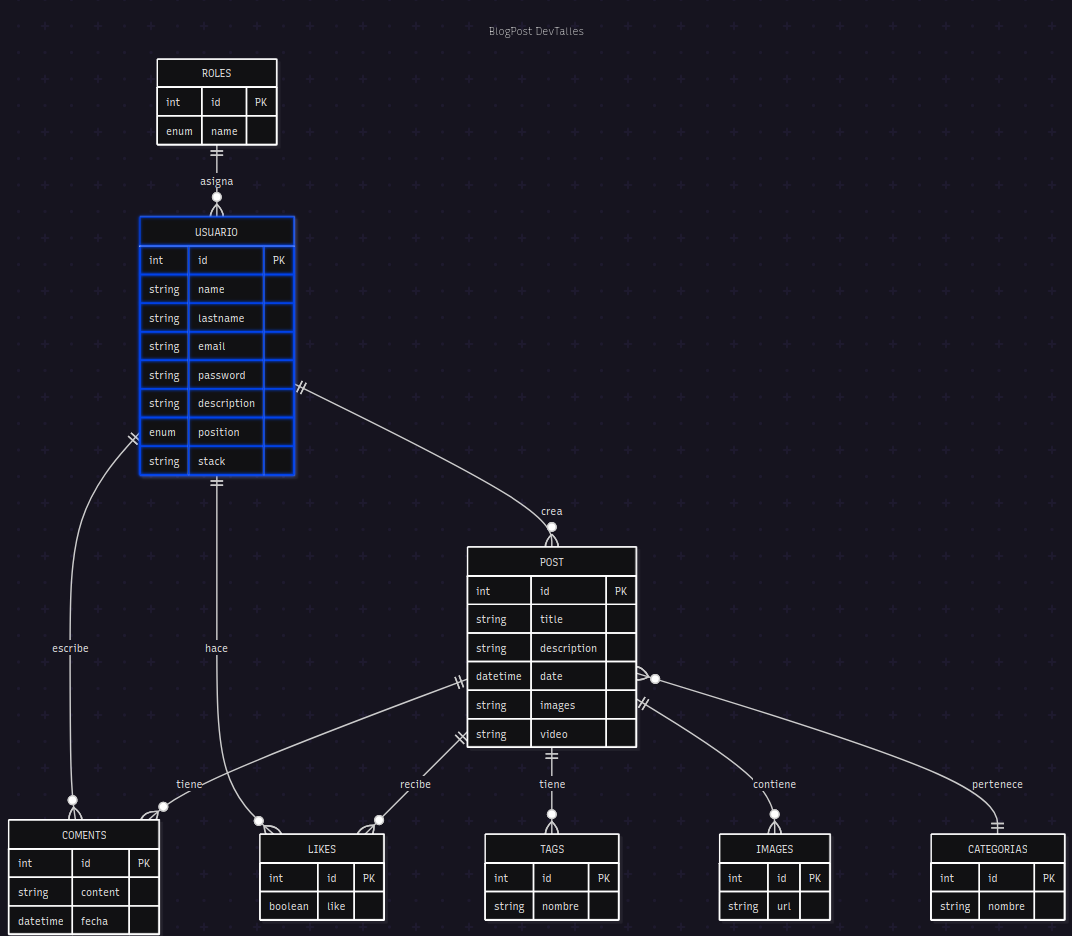
Siddharta314/Devtalles_Blog_Qwerty_Team_Backend keeps this Mermaid diagram as docs/database_schema.png. Above is the earlier version. Its source is kept beside it as docs/database_schema.mmd.
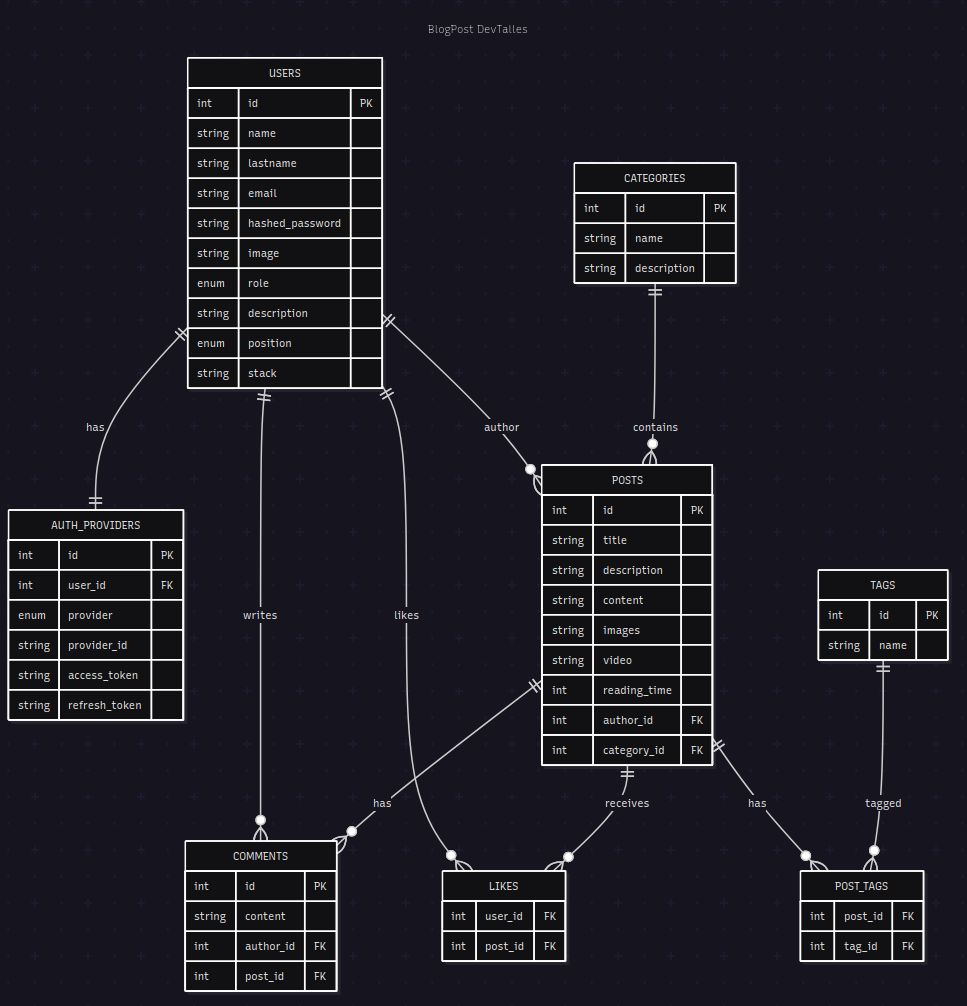
The same file after the commit.

Commit message:
[DOC] update tables schemas

Diff of the diagram source:
````diff
@@ -1,55 +1,80 @@
 ```mermaid
 erDiagram
-	direction TB
-	USUARIO {
-		int id PK ""
-		string name  ""
-		string lastname  ""
-		string email  ""
-		string password  ""
+    direction TB
+
+    USERS {
+        int id PK ""
+        string name ""
+        string lastname ""
+        string email  ""
+        string hashed_password ""
+        string image ""
+        enum role ""
 		string description  ""
 		enum position  ""
 		string stack  ""
-	}
-	ROLES {
-		int id PK ""
-		enum name  ""
-	}
-	POST {
-		int id PK ""
-		string title  ""
-		string description  ""
-		string images  ""
-		string video  ""
-	}
-	COMENTS {
-		int id PK ""
-		string content  ""
-	}
-	LIKES {
-		int id PK ""
-		boolean like  ""
-	}
-	TAGS {
-		int id PK ""
-		string nombre  ""
-	}
-	IMAGES {
-		int id PK ""
-		string url  ""
-	}
-	CATEGORIAS {
-		int id PK ""
-		string nombre  ""
-	}
+    }
 
-	USUARIO||--o{POST:"crea"
-	USUARIO||--o{COMENTS:"escribe"
-	USUARIO||--o{LIKES:"hace"
-	ROLES||--o{USUARIO:"asigna"
-	POST||--o{COMENTS:"tiene"
-	POST||--o{LIKES:"recibe"
-	POST||--o{TAGS:"tiene"
-	POST||--o{IMAGES:"contiene"
-	POST}o--||CATEGORIAS:"pertenece"
+    AUTH_PROVIDERS {
+        int id PK ""
+        int user_id FK  ""
+        enum provider ""
+        string provider_id ""
+        string access_token ""
+        string refresh_token ""
+    }
+
+    CATEGORIES {
+        int id PK ""
+        string name  ""
+        string description ""
+    }
+
+    TAGS {
+        int id PK ""
+        string name  ""
+    }
+
+    POSTS {
+        int id PK ""
+        string title ""
+        string description ""
+        string content ""
+        string images ""
+        string video ""
+		int reading_time ""
+        int author_id FK ""
+        int category_id FK ""
+    }
+
+    COMMENTS {
+        int id PK ""
+        string content ""
+        int author_id FK ""
+        int post_id FK ""
+    }
+
+    LIKES {
+        int user_id FK ""
+        int post_id FK ""
+    }
+
+    POST_TAGS {
+        int post_id FK ""
+        int tag_id FK ""
+    }
+
+    USERS ||--o{ POSTS : "author"
+    USERS ||--o{ COMMENTS : "writes"
+    USERS ||--o{ LIKES : "likes"
+    USERS ||--|| AUTH_PROVIDERS : "has"
+
+    CATEGORIES ||--o{ POSTS : "contains"
+
+    POSTS ||--o{ COMMENTS : "has"
+    POSTS ||--o{ LIKES : "receives"
+    POSTS ||--o{ POST_TAGS : "has"
+
+    TAGS ||--o{ POST_TAGS : "tagged"
+
 ```
````
